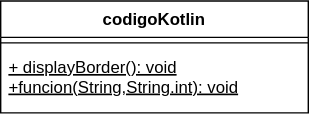
Before: diagramas/diagramaCodKotlin.svg, a diagram exported from draw.io (brimacias/uml-class-diagrams). Source tidied: cells renumbered, new cells last; positions are measured from the earlier drawing's top-left corner, leaving out a move shared by most shapes. Source of this version:
```xml
<mxGraphModel>
  <root>
    <mxCell id="0" />
    <mxCell id="1" parent="0" />
    <mxCell id="2" value="codigoKotlin" style="swimlane;fontStyle=1;align=center;verticalAlign=top;horizontal=1;startSize=26;" parent="1" vertex="1">
      <mxGeometry width="220" height="80" as="geometry" />
    </mxCell>
    <mxCell id="3" style="line;strokeWidth=1;fillColor=none;align=left;verticalAlign=middle;spacingTop=-1;spacingLeft=3;spacingRight=3;labelPosition=right;strokeColor=inherit;" parent="2" vertex="1">
      <mxGeometry y="26" width="220" height="8" as="geometry" />
    </mxCell>
    <mxCell id="4" value="+ displayBorder(): void&#10;+funcion(String,String.int): void" style="text;strokeColor=none;fillColor=none;align=left;verticalAlign=top;spacingLeft=4;spacingRight=4;overflow=hidden;fontStyle=4;" parent="2" vertex="1">
      <mxGeometry y="34" width="220" height="46" as="geometry" />
    </mxCell>
  </root>
</mxGraphModel>
```
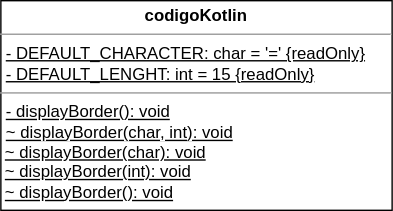
After the change.

Commit message:
diagramakotlin y clientes_facturas añadidos

Change to the diagram source:
```diff
@@ -2,14 +2,8 @@
   <root>
     <mxCell id="0" />
     <mxCell id="1" parent="0" />
-    <mxCell id="2" value="codigoKotlin" style="swimlane;fontStyle=1;align=center;verticalAlign=top;horizontal=1;startSize=26;" parent="1" vertex="1">
-      <mxGeometry width="220" height="80" as="geometry" />
-    </mxCell>
-    <mxCell id="3" style="line;strokeWidth=1;fillColor=none;align=left;verticalAlign=middle;spacingTop=-1;spacingLeft=3;spacingRight=3;labelPosition=right;strokeColor=inherit;" parent="2" vertex="1">
-      <mxGeometry y="26" width="220" height="8" as="geometry" />
-    </mxCell>
-    <mxCell id="4" value="+ displayBorder(): void&#10;+funcion(String,String.int): void" style="text;strokeColor=none;fillColor=none;align=left;verticalAlign=top;spacingLeft=4;spacingRight=4;overflow=hidden;fontStyle=4;" parent="2" vertex="1">
-      <mxGeometry y="34" width="220" height="46" as="geometry" />
+    <mxCell id="4" value="&lt;p style=&quot;margin:0px;margin-top:4px;text-align:center;&quot;&gt;&lt;b&gt;codigoKotlin&lt;/b&gt;&lt;/p&gt;&lt;hr size=&quot;1&quot;&gt;&lt;p style=&quot;margin:0px;margin-left:4px;&quot;&gt;&lt;u&gt;- DEFAULT_CHARACTER: char = '=' {readOnly}&lt;/u&gt;&lt;/p&gt;&lt;p style=&quot;margin:0px;margin-left:4px;&quot;&gt;&lt;u&gt;- DEFAULT_LENGHT: int = 15 {readOnly}&lt;/u&gt;&lt;/p&gt;&lt;hr size=&quot;1&quot;&gt;&lt;p style=&quot;margin:0px;margin-left:4px;&quot;&gt;&lt;u&gt;- displayBorder(): void&lt;/u&gt;&lt;/p&gt;&lt;p style=&quot;margin:0px;margin-left:4px;&quot;&gt;&lt;u&gt;~ displayBorder(char, int): void&lt;/u&gt;&lt;/p&gt;&amp;nbsp;&lt;u&gt;~ displayBorder(char): void&lt;br&gt;&lt;/u&gt;&amp;nbsp;&lt;u&gt;~ displayBorder(int): void&lt;br&gt;&lt;/u&gt;&amp;nbsp;&lt;u&gt;~ displayBorder(): void&lt;/u&gt;&lt;u&gt;&lt;br&gt;&lt;/u&gt;&lt;p style=&quot;margin:0px;margin-left:4px;&quot;&gt;&amp;nbsp;&lt;/p&gt;" style="verticalAlign=top;align=left;overflow=fill;fontSize=12;fontFamily=Helvetica;html=1;" parent="1" vertex="1">
+      <mxGeometry x="-10" y="-30" width="280" height="150" as="geometry" />
     </mxCell>
   </root>
 </mxGraphModel>
```
